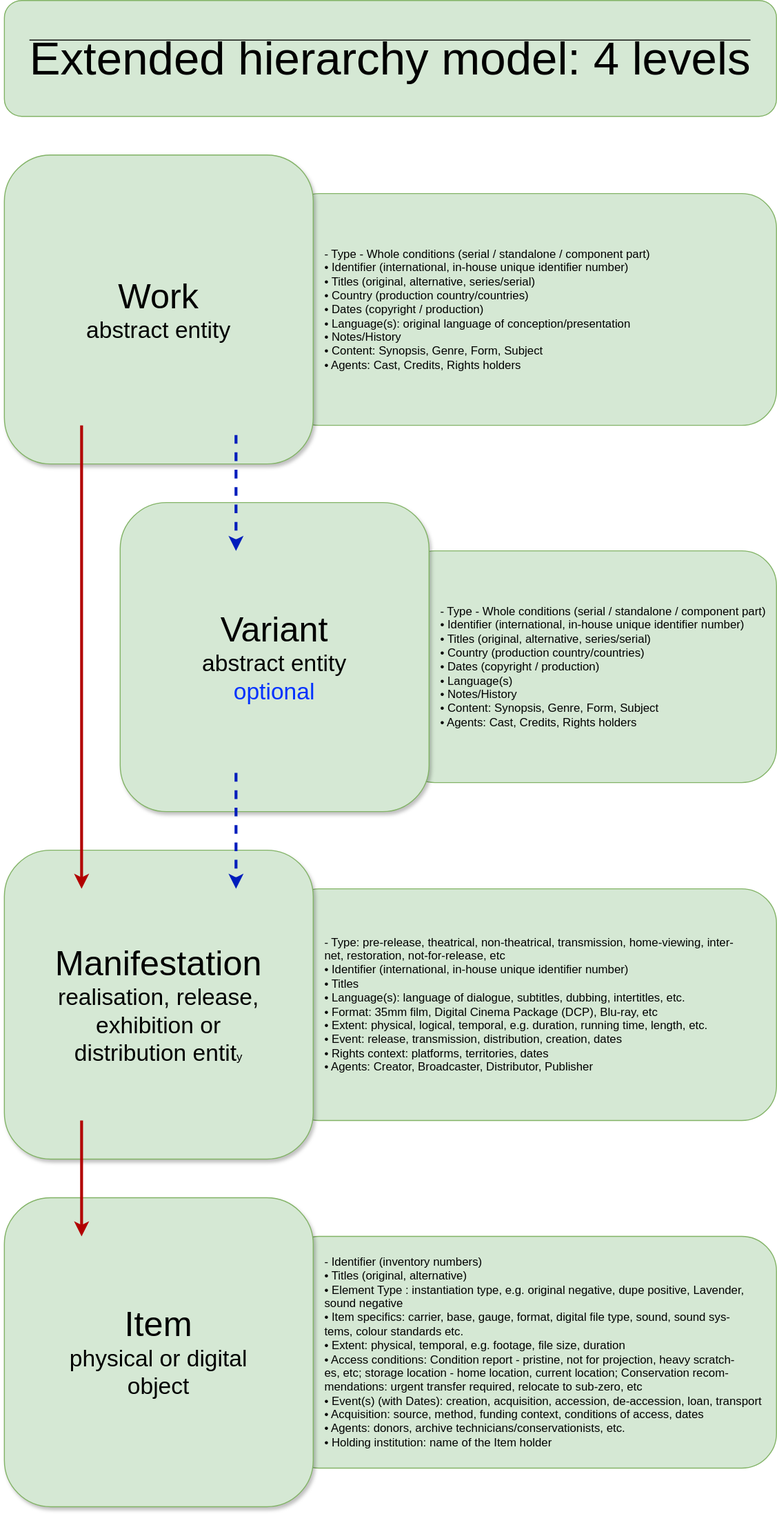
This is markdown/diagrams/figure_01.drawio.svg from FIAF/fiaf-cataloguing-manual, a draw.io export, as it was before one commit. Source tidied: cells renumbered, new cells last; positions are measured from the earlier drawing's top-left corner, leaving out a move shared by most shapes.
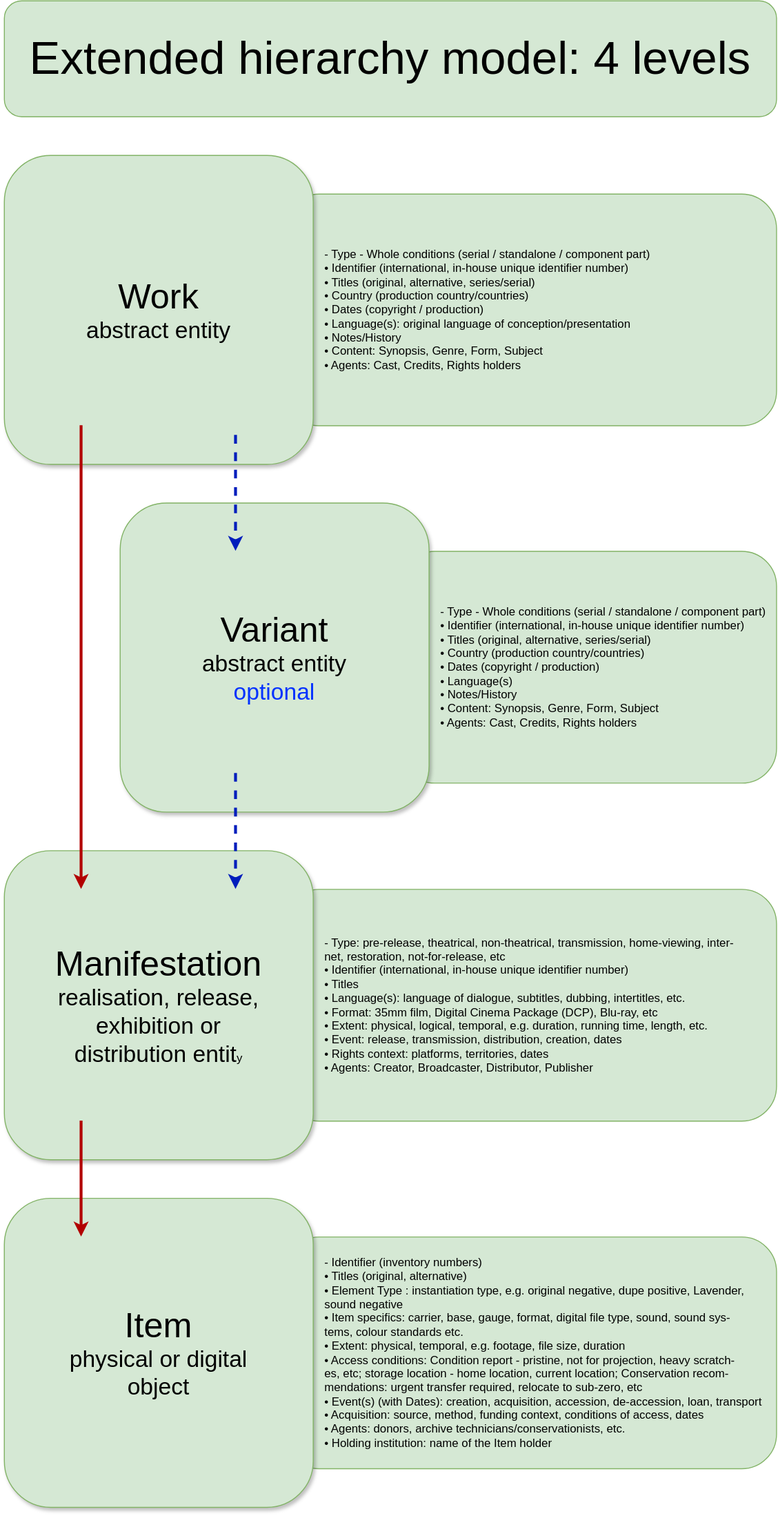
The same diagram one commit later.

The edit, as a diff of the source:
```diff
@@ -5,7 +5,7 @@
     <mxCell id="2" value="&lt;div align=&quot;left&quot;&gt;- Identifier (inventory numbers)&lt;br&gt;• Titles (original, alternative)&lt;br&gt;• Element Type : instantiation type, e.g. original negative, dupe positive, Lavender,&lt;br&gt;sound negative&lt;br&gt;• Item specifics: carrier, base, gauge, format, digital file type, sound, sound sys-&lt;br&gt;tems, colour standards etc.&lt;br&gt;• Extent: physical, temporal, e.g. footage, file size, duration&lt;br&gt;• Access conditions: Condition report - pristine, not for projection, heavy scratch-&lt;br&gt;es, etc; storage location - home location, current location; Conservation recom-&lt;br&gt;mendations: urgent transfer required, relocate to sub-zero, etc&lt;br&gt;• Event(s) (with Dates): creation, acquisition, accession, de-accession, loan, transport&lt;br&gt;• Acquisition: source, method, funding context, conditions of access, dates&lt;br&gt;• Agents: donors, archive technicians/conservationists, etc.&lt;br&gt;• Holding institution: name of the Item holder&lt;/div&gt;" style="rounded=1;whiteSpace=wrap;html=1;align=left;spacingLeft=40;fillColor=#d5e8d4;strokeColor=#82b366;" parent="1" vertex="1">
       <mxGeometry x="290" y="1280" width="510" height="240" as="geometry" />
     </mxCell>
-    <mxCell id="3" value="&lt;strike&gt;&lt;font style=&quot;font-size: 48px;&quot;&gt;Extended hierarchy model: 4 levels&lt;/font&gt;&lt;/strike&gt;" style="rounded=1;whiteSpace=wrap;html=1;fillColor=#d5e8d4;strokeColor=#82b366;" parent="1" vertex="1">
+    <mxCell id="3" value="&lt;div style=&quot;line-height: 210%;&quot;&gt;&lt;font style=&quot;font-size: 48px; line-height: 210%;&quot;&gt;Extended hierarchy model: 4 levels&lt;/font&gt;&lt;/div&gt;" style="rounded=1;whiteSpace=wrap;html=1;fillColor=#d5e8d4;strokeColor=#82b366;" parent="1" vertex="1">
       <mxGeometry width="800" height="120" as="geometry" />
     </mxCell>
     <mxCell id="4" value="- Type - Whole conditions (serial / standalone / component part)&lt;div align=&quot;left&quot;&gt;• Identifier (international, in-house unique identifier number)&lt;br&gt;• Titles (original, alternative, series/serial)&lt;br&gt;• Country (production country/countries)&lt;br&gt;• Dates (copyright / production)&lt;br&gt;• Language(s): original language of conception/presentation&lt;br&gt;• Notes/History&lt;br&gt;• Content: Synopsis, Genre, Form, Subject&lt;br&gt;• Agents: Cast, Credits, Rights holders&lt;/div&gt;" style="rounded=1;whiteSpace=wrap;html=1;fillColor=#d5e8d4;strokeColor=#82b366;align=left;spacingLeft=40;" parent="1" vertex="1">
```
